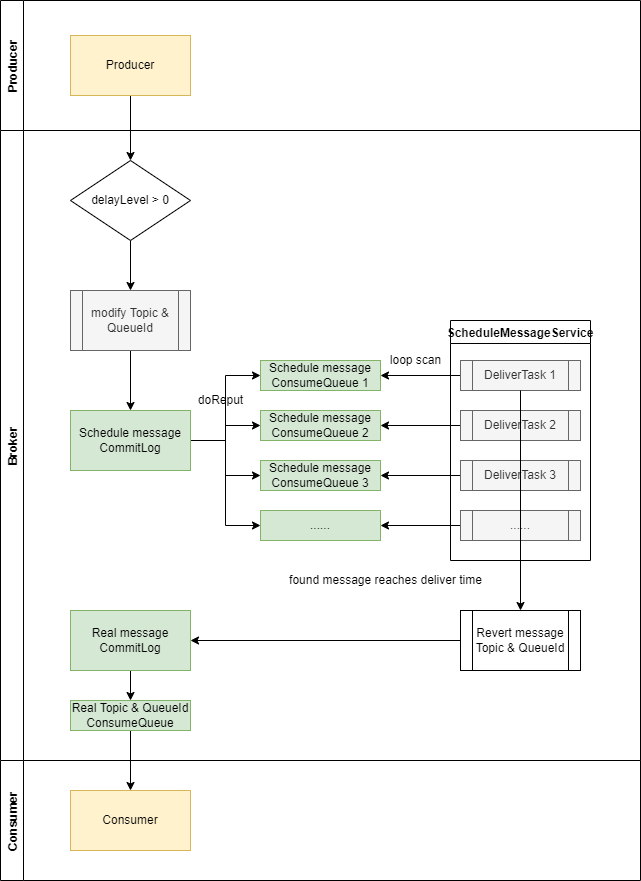
This is assets/schedule_message_activity.drawio.png from HScarb/knowledge, a draw.io export, as it was before one commit. Source tidied: cells renumbered, new cells last; positions are measured from the earlier drawing's top-left corner, leaving out a move shared by most shapes.
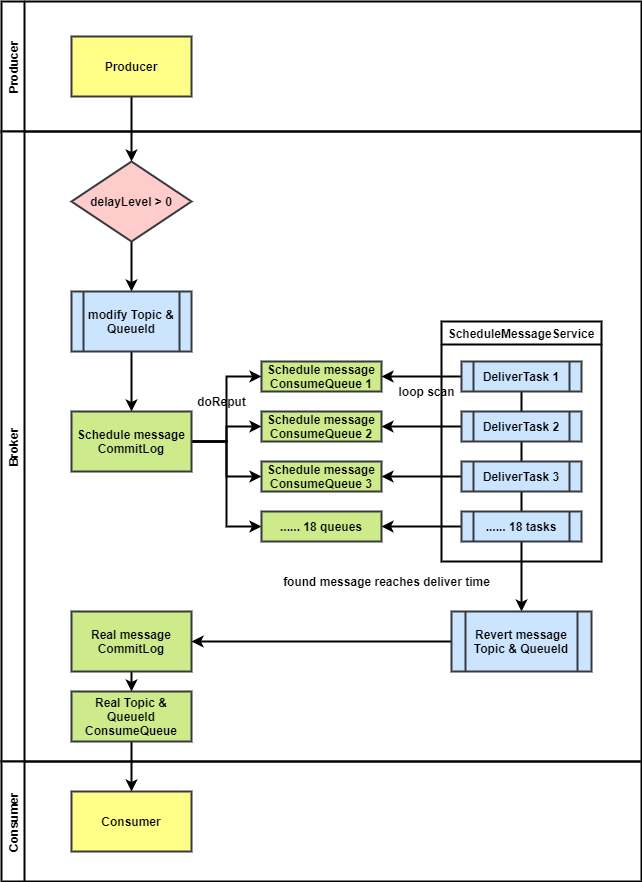
Above is the later version.

Change to the diagram source:
```diff
@@ -2,118 +2,118 @@
   <root>
     <mxCell id="0" />
     <mxCell id="1" parent="0" />
-    <mxCell id="2" style="edgeStyle=orthogonalEdgeStyle;rounded=0;jettySize=auto;html=1;exitX=0.5;exitY=1;exitDx=0;exitDy=0;entryX=0.5;entryY=0;entryDx=0;entryDy=0;" parent="1" edge="1" source="3" target="5">
+    <mxCell id="2" style="edgeStyle=orthogonalEdgeStyle;rounded=0;jettySize=auto;html=1;exitX=0.5;exitY=1;exitDx=0;exitDy=0;entryX=0.5;entryY=0;entryDx=0;entryDy=0;fontStyle=1;strokeWidth=2;" parent="1" edge="1" source="3" target="5">
       <mxGeometry relative="1" as="geometry" />
     </mxCell>
-    <mxCell id="3" value="delayLevel &amp;gt; 0" style="rhombus;whiteSpace=wrap;html=1;" parent="1" vertex="1">
+    <mxCell id="3" value="delayLevel &amp;gt; 0" style="rhombus;whiteSpace=wrap;html=1;fontStyle=1;strokeWidth=2;fillColor=#ffcccc;strokeColor=#36393d;" parent="1" vertex="1">
       <mxGeometry x="70" y="160" width="120" height="80" as="geometry" />
     </mxCell>
-    <mxCell id="4" style="edgeStyle=orthogonalEdgeStyle;rounded=0;jettySize=auto;html=1;exitX=0.5;exitY=1;exitDx=0;exitDy=0;entryX=0.5;entryY=0;entryDx=0;entryDy=0;" parent="1" edge="1" source="5" target="12">
+    <mxCell id="4" style="edgeStyle=orthogonalEdgeStyle;rounded=0;jettySize=auto;html=1;exitX=0.5;exitY=1;exitDx=0;exitDy=0;entryX=0.5;entryY=0;entryDx=0;entryDy=0;fontStyle=1;strokeWidth=2;" parent="1" edge="1" source="5" target="12">
       <mxGeometry relative="1" as="geometry" />
     </mxCell>
-    <mxCell id="5" value="modify Topic &amp;amp; QueueId" style="shape=process;whiteSpace=wrap;html=1;backgroundOutline=1;fillColor=#f5f5f5;strokeColor=#666666;fontColor=#333333;" parent="1" vertex="1">
+    <mxCell id="5" value="modify Topic &amp;amp; QueueId" style="shape=process;whiteSpace=wrap;html=1;backgroundOutline=1;fillColor=#cce5ff;strokeColor=#36393d;fontStyle=1;strokeWidth=2;" parent="1" vertex="1">
       <mxGeometry x="70" y="290" width="120" height="60" as="geometry" />
     </mxCell>
-    <mxCell id="6" value="Consumer" style="rounded=0;whiteSpace=wrap;html=1;fillColor=#fff2cc;strokeColor=#d6b656;" parent="1" vertex="1">
+    <mxCell id="6" value="Consumer" style="rounded=0;whiteSpace=wrap;html=1;fillColor=#ffff88;strokeColor=#36393d;fontStyle=1;strokeWidth=2;" parent="1" vertex="1">
       <mxGeometry x="70" y="790" width="120" height="60" as="geometry" />
     </mxCell>
-    <mxCell id="7" style="edgeStyle=orthogonalEdgeStyle;rounded=0;jettySize=auto;html=1;entryX=0.5;entryY=0;entryDx=0;entryDy=0;" parent="1" edge="1" source="20" target="3">
+    <mxCell id="7" style="edgeStyle=orthogonalEdgeStyle;rounded=0;jettySize=auto;html=1;entryX=0.5;entryY=0;entryDx=0;entryDy=0;fontStyle=1;strokeWidth=2;" parent="1" edge="1" source="20" target="3">
       <mxGeometry relative="1" as="geometry" />
     </mxCell>
-    <mxCell id="8" style="edgeStyle=orthogonalEdgeStyle;rounded=0;jettySize=auto;html=1;exitX=1;exitY=0.5;exitDx=0;exitDy=0;entryX=0;entryY=0.5;entryDx=0;entryDy=0;" parent="1" edge="1" source="12" target="23">
+    <mxCell id="8" style="edgeStyle=orthogonalEdgeStyle;rounded=0;jettySize=auto;html=1;exitX=1;exitY=0.5;exitDx=0;exitDy=0;entryX=0;entryY=0.5;entryDx=0;entryDy=0;fontStyle=1;strokeWidth=2;" parent="1" edge="1" source="12" target="23">
       <mxGeometry relative="1" as="geometry" />
     </mxCell>
-    <mxCell id="9" style="edgeStyle=orthogonalEdgeStyle;rounded=0;jettySize=auto;html=1;exitX=1;exitY=0.5;exitDx=0;exitDy=0;entryX=0;entryY=0.5;entryDx=0;entryDy=0;" parent="1" edge="1" source="12" target="24">
+    <mxCell id="9" style="edgeStyle=orthogonalEdgeStyle;rounded=0;jettySize=auto;html=1;exitX=1;exitY=0.5;exitDx=0;exitDy=0;entryX=0;entryY=0.5;entryDx=0;entryDy=0;fontStyle=1;strokeWidth=2;" parent="1" edge="1" source="12" target="24">
       <mxGeometry relative="1" as="geometry" />
     </mxCell>
-    <mxCell id="10" style="edgeStyle=orthogonalEdgeStyle;rounded=0;jettySize=auto;html=1;exitX=1;exitY=0.5;exitDx=0;exitDy=0;entryX=0;entryY=0.5;entryDx=0;entryDy=0;" parent="1" edge="1" source="12" target="25">
+    <mxCell id="10" style="edgeStyle=orthogonalEdgeStyle;rounded=0;jettySize=auto;html=1;exitX=1;exitY=0.5;exitDx=0;exitDy=0;entryX=0;entryY=0.5;entryDx=0;entryDy=0;fontStyle=1;strokeWidth=2;" parent="1" edge="1" source="12" target="25">
       <mxGeometry relative="1" as="geometry" />
     </mxCell>
-    <mxCell id="11" style="edgeStyle=orthogonalEdgeStyle;rounded=0;jettySize=auto;html=1;exitX=1;exitY=0.5;exitDx=0;exitDy=0;entryX=0;entryY=0.5;entryDx=0;entryDy=0;" parent="1" edge="1" source="12" target="32">
+    <mxCell id="11" style="edgeStyle=orthogonalEdgeStyle;rounded=0;jettySize=auto;html=1;exitX=1;exitY=0.5;exitDx=0;exitDy=0;entryX=0;entryY=0.5;entryDx=0;entryDy=0;fontStyle=1;strokeWidth=2;" parent="1" edge="1" source="12" target="32">
       <mxGeometry relative="1" as="geometry" />
     </mxCell>
-    <mxCell id="12" value="Schedule message&lt;br&gt;CommitLog" style="rounded=0;whiteSpace=wrap;html=1;fillColor=#d5e8d4;strokeColor=#82b366;" parent="1" vertex="1">
+    <mxCell id="12" value="Schedule message&lt;br&gt;CommitLog" style="rounded=0;whiteSpace=wrap;html=1;fillColor=#cdeb8b;strokeColor=#36393d;fontStyle=1;strokeWidth=2;" parent="1" vertex="1">
       <mxGeometry x="70" y="410" width="120" height="60" as="geometry" />
     </mxCell>
-    <mxCell id="13" style="edgeStyle=orthogonalEdgeStyle;rounded=0;jettySize=auto;html=1;exitX=0.5;exitY=1;exitDx=0;exitDy=0;entryX=0.5;entryY=0;entryDx=0;entryDy=0;fontColor=#000000;" parent="1" edge="1" source="14" target="18">
+    <mxCell id="13" style="edgeStyle=orthogonalEdgeStyle;rounded=0;jettySize=auto;html=1;exitX=0.5;exitY=1;exitDx=0;exitDy=0;entryX=0.5;entryY=0;entryDx=0;entryDy=0;fontColor=#000000;fontStyle=1;strokeWidth=2;" parent="1" edge="1" source="14" target="18">
       <mxGeometry relative="1" as="geometry" />
     </mxCell>
-    <mxCell id="14" value="Real message&lt;br&gt;CommitLog" style="rounded=0;whiteSpace=wrap;html=1;fillColor=#d5e8d4;strokeColor=#82b366;" parent="1" vertex="1">
+    <mxCell id="14" value="Real message&lt;br&gt;CommitLog" style="rounded=0;whiteSpace=wrap;html=1;fillColor=#cdeb8b;strokeColor=#36393d;fontStyle=1;strokeWidth=2;" parent="1" vertex="1">
       <mxGeometry x="70" y="610" width="120" height="60" as="geometry" />
     </mxCell>
-    <mxCell id="15" style="edgeStyle=orthogonalEdgeStyle;rounded=0;jettySize=auto;html=1;exitX=0;exitY=0.5;exitDx=0;exitDy=0;entryX=1;entryY=0.5;entryDx=0;entryDy=0;" parent="1" edge="1" source="37" target="14">
+    <mxCell id="15" style="edgeStyle=orthogonalEdgeStyle;rounded=0;jettySize=auto;html=1;exitX=0;exitY=0.5;exitDx=0;exitDy=0;entryX=1;entryY=0.5;entryDx=0;entryDy=0;fontStyle=1;strokeWidth=2;" parent="1" edge="1" source="37" target="14">
       <mxGeometry relative="1" as="geometry" />
     </mxCell>
-    <mxCell id="16" value="found message reaches deliver time" style="text;html=1;align=center;verticalAlign=middle;strokeColor=none;fillColor=none;" parent="1" vertex="1">
-      <mxGeometry x="280" y="570" width="210" height="20" as="geometry" />
+    <mxCell id="16" value="found message reaches deliver time" style="text;html=1;align=center;verticalAlign=middle;strokeColor=none;fillColor=none;fontStyle=1;strokeWidth=2;" parent="1" vertex="1">
+      <mxGeometry x="275" y="570" width="220" height="20" as="geometry" />
     </mxCell>
-    <mxCell id="17" style="edgeStyle=orthogonalEdgeStyle;rounded=0;jettySize=auto;html=1;exitX=0.5;exitY=1;exitDx=0;exitDy=0;entryX=0.5;entryY=0;entryDx=0;entryDy=0;fontColor=#000000;" parent="1" edge="1" source="18" target="6">
+    <mxCell id="17" style="edgeStyle=orthogonalEdgeStyle;rounded=0;jettySize=auto;html=1;exitX=0.5;exitY=1;exitDx=0;exitDy=0;entryX=0.5;entryY=0;entryDx=0;entryDy=0;fontColor=#000000;fontStyle=1;strokeWidth=2;" parent="1" edge="1" source="18" target="6">
       <mxGeometry relative="1" as="geometry" />
     </mxCell>
-    <mxCell id="18" value="Real Topic &amp;amp; QueueId&lt;br&gt;ConsumeQueue" style="rounded=0;whiteSpace=wrap;html=1;fillColor=#d5e8d4;strokeColor=#82b366;" parent="1" vertex="1">
-      <mxGeometry x="70" y="700" width="120" height="30" as="geometry" />
-    </mxCell>
-    <mxCell id="19" value="Producer" style="swimlane;horizontal=0;fontColor=#000000;" parent="1" vertex="1">
+    <mxCell id="19" value="Producer" style="swimlane;horizontal=0;fontColor=#000000;fontStyle=1;strokeWidth=2;" parent="1" vertex="1">
       <mxGeometry width="640" height="130" as="geometry" />
     </mxCell>
-    <mxCell id="20" value="Producer" style="rounded=0;whiteSpace=wrap;html=1;fillColor=#fff2cc;strokeColor=#d6b656;" parent="19" vertex="1">
+    <mxCell id="20" value="Producer" style="rounded=0;whiteSpace=wrap;html=1;fillColor=#ffff88;strokeColor=#36393d;fontStyle=1;strokeWidth=2;" parent="19" vertex="1">
       <mxGeometry x="70" y="35" width="120" height="60" as="geometry" />
     </mxCell>
-    <mxCell id="21" value="Broker" style="swimlane;horizontal=0;fontColor=#000000;" parent="1" vertex="1">
+    <mxCell id="21" value="Broker" style="swimlane;horizontal=0;fontColor=#000000;fontStyle=1;strokeWidth=2;" parent="1" vertex="1">
       <mxGeometry y="130" width="640" height="630" as="geometry" />
     </mxCell>
-    <mxCell id="22" value="doReput" style="text;html=1;align=center;verticalAlign=middle;strokeColor=none;fillColor=none;fontColor=#000000;" parent="21" vertex="1">
+    <mxCell id="22" value="doReput" style="text;html=1;align=center;verticalAlign=middle;strokeColor=none;fillColor=none;fontColor=#000000;fontStyle=1;strokeWidth=2;" parent="21" vertex="1">
       <mxGeometry x="190" y="260" width="60" height="20" as="geometry" />
     </mxCell>
-    <mxCell id="23" value="Schedule message&lt;br&gt;ConsumeQueue 1" style="rounded=0;whiteSpace=wrap;html=1;fillColor=#d5e8d4;strokeColor=#82b366;" parent="21" vertex="1">
+    <mxCell id="23" value="Schedule message&lt;br&gt;ConsumeQueue 1" style="rounded=0;whiteSpace=wrap;html=1;fillColor=#cdeb8b;strokeColor=#36393d;fontStyle=1;strokeWidth=2;" parent="21" vertex="1">
       <mxGeometry x="260" y="230" width="120" height="30" as="geometry" />
     </mxCell>
-    <mxCell id="24" value="Schedule message&lt;br&gt;ConsumeQueue 2" style="rounded=0;whiteSpace=wrap;html=1;fillColor=#d5e8d4;strokeColor=#82b366;" parent="21" vertex="1">
+    <mxCell id="24" value="Schedule message&lt;br&gt;ConsumeQueue 2" style="rounded=0;whiteSpace=wrap;html=1;fillColor=#cdeb8b;strokeColor=#36393d;fontStyle=1;strokeWidth=2;" parent="21" vertex="1">
       <mxGeometry x="260" y="280" width="120" height="30" as="geometry" />
     </mxCell>
-    <mxCell id="25" value="Schedule message&lt;br&gt;ConsumeQueue 3" style="rounded=0;whiteSpace=wrap;html=1;fillColor=#d5e8d4;strokeColor=#82b366;" parent="21" vertex="1">
+    <mxCell id="25" value="Schedule message&lt;br&gt;ConsumeQueue 3" style="rounded=0;whiteSpace=wrap;html=1;fillColor=#cdeb8b;strokeColor=#36393d;fontStyle=1;strokeWidth=2;" parent="21" vertex="1">
       <mxGeometry x="260" y="330" width="120" height="30" as="geometry" />
     </mxCell>
-    <mxCell id="26" style="edgeStyle=orthogonalEdgeStyle;rounded=0;jettySize=auto;html=1;exitX=0;exitY=0.5;exitDx=0;exitDy=0;entryX=1;entryY=0.5;entryDx=0;entryDy=0;" parent="21" edge="1" source="27" target="23">
+    <mxCell id="26" style="edgeStyle=orthogonalEdgeStyle;rounded=0;jettySize=auto;html=1;exitX=0;exitY=0.5;exitDx=0;exitDy=0;entryX=1;entryY=0.5;entryDx=0;entryDy=0;fontStyle=1;strokeWidth=2;" parent="21" edge="1" source="27" target="23">
       <mxGeometry relative="1" as="geometry" />
     </mxCell>
+    <mxCell id="38" style="edgeStyle=orthogonalEdgeStyle;html=1;strokeWidth=2;" parent="21" edge="1" source="27" target="37">
+      <mxGeometry relative="1" as="geometry" />
+    </mxCell>
-    <mxCell id="27" value="DeliverTask 1" style="shape=process;whiteSpace=wrap;html=1;backgroundOutline=1;fillColor=#f5f5f5;fontColor=#333333;strokeColor=#666666;" parent="21" vertex="1">
+    <mxCell id="27" value="DeliverTask 1" style="shape=process;whiteSpace=wrap;html=1;backgroundOutline=1;fillColor=#cce5ff;strokeColor=#36393d;fontStyle=1;strokeWidth=2;" parent="21" vertex="1">
       <mxGeometry x="460" y="230" width="120" height="30" as="geometry" />
     </mxCell>
-    <mxCell id="28" style="edgeStyle=orthogonalEdgeStyle;rounded=0;jettySize=auto;html=1;exitX=0;exitY=0.5;exitDx=0;exitDy=0;entryX=1;entryY=0.5;entryDx=0;entryDy=0;" parent="21" edge="1" source="29" target="24">
+    <mxCell id="28" style="edgeStyle=orthogonalEdgeStyle;rounded=0;jettySize=auto;html=1;exitX=0;exitY=0.5;exitDx=0;exitDy=0;entryX=1;entryY=0.5;entryDx=0;entryDy=0;fontStyle=1;strokeWidth=2;" parent="21" edge="1" source="29" target="24">
       <mxGeometry relative="1" as="geometry" />
     </mxCell>
-    <mxCell id="29" value="DeliverTask 2" style="shape=process;whiteSpace=wrap;html=1;backgroundOutline=1;fillColor=#f5f5f5;fontColor=#333333;strokeColor=#666666;" parent="21" vertex="1">
+    <mxCell id="29" value="DeliverTask 2" style="shape=process;whiteSpace=wrap;html=1;backgroundOutline=1;fillColor=#cce5ff;strokeColor=#36393d;fontStyle=1;strokeWidth=2;" parent="21" vertex="1">
       <mxGeometry x="460" y="280" width="120" height="30" as="geometry" />
     </mxCell>
-    <mxCell id="30" style="edgeStyle=orthogonalEdgeStyle;rounded=0;jettySize=auto;html=1;exitX=0;exitY=0.5;exitDx=0;exitDy=0;" parent="21" edge="1" source="31" target="25">
+    <mxCell id="30" style="edgeStyle=orthogonalEdgeStyle;rounded=0;jettySize=auto;html=1;exitX=0;exitY=0.5;exitDx=0;exitDy=0;fontStyle=1;strokeWidth=2;" parent="21" edge="1" source="31" target="25">
       <mxGeometry relative="1" as="geometry" />
     </mxCell>
-    <mxCell id="31" value="DeliverTask 3" style="shape=process;whiteSpace=wrap;html=1;backgroundOutline=1;fillColor=#f5f5f5;fontColor=#333333;strokeColor=#666666;" parent="21" vertex="1">
+    <mxCell id="31" value="DeliverTask 3" style="shape=process;whiteSpace=wrap;html=1;backgroundOutline=1;fillColor=#cce5ff;strokeColor=#36393d;fontStyle=1;strokeWidth=2;" parent="21" vertex="1">
       <mxGeometry x="460" y="330" width="120" height="30" as="geometry" />
     </mxCell>
-    <mxCell id="32" value="......" style="rounded=0;whiteSpace=wrap;html=1;fillColor=#d5e8d4;strokeColor=#82b366;" parent="21" vertex="1">
+    <mxCell id="32" value="...... 18 queues" style="rounded=0;whiteSpace=wrap;html=1;fillColor=#cdeb8b;strokeColor=#36393d;fontStyle=1;strokeWidth=2;" parent="21" vertex="1">
       <mxGeometry x="260" y="380" width="120" height="30" as="geometry" />
     </mxCell>
-    <mxCell id="33" style="edgeStyle=orthogonalEdgeStyle;rounded=0;jettySize=auto;html=1;exitX=0;exitY=0.5;exitDx=0;exitDy=0;entryX=1;entryY=0.5;entryDx=0;entryDy=0;" parent="21" edge="1" source="34" target="32">
+    <mxCell id="33" style="edgeStyle=orthogonalEdgeStyle;rounded=0;jettySize=auto;html=1;exitX=0;exitY=0.5;exitDx=0;exitDy=0;entryX=1;entryY=0.5;entryDx=0;entryDy=0;fontStyle=1;strokeWidth=2;" parent="21" edge="1" source="34" target="32">
       <mxGeometry relative="1" as="geometry" />
     </mxCell>
-    <mxCell id="34" value="......" style="shape=process;whiteSpace=wrap;html=1;backgroundOutline=1;fillColor=#f5f5f5;fontColor=#333333;strokeColor=#666666;" parent="21" vertex="1">
+    <mxCell id="34" value="...... 18 tasks" style="shape=process;whiteSpace=wrap;html=1;backgroundOutline=1;fillColor=#cce5ff;strokeColor=#36393d;fontStyle=1;strokeWidth=2;" parent="21" vertex="1">
       <mxGeometry x="460" y="380" width="120" height="30" as="geometry" />
     </mxCell>
+    <mxCell id="36" value="ScheduleMessageService" style="swimlane;fontStyle=1;strokeWidth=2;" parent="21" vertex="1">
+      <mxGeometry x="440" y="190" width="160" height="240" as="geometry" />
+    </mxCell>
-    <mxCell id="35" value="loop scan" style="text;html=1;align=center;verticalAlign=middle;strokeColor=none;fillColor=none;" parent="21" vertex="1">
-      <mxGeometry x="380" y="220" width="70" height="20" as="geometry" />
+    <mxCell id="35" value="loop scan" style="text;html=1;align=center;verticalAlign=middle;strokeColor=none;fillColor=none;fontStyle=1;strokeWidth=2;" parent="36" vertex="1">
+      <mxGeometry x="-50" y="60" width="70" height="20" as="geometry" />
     </mxCell>
-    <mxCell id="36" value="ScheduleMessageService" style="swimlane;" parent="21" vertex="1">
-      <mxGeometry x="450" y="190" width="140" height="240" as="geometry" />
-    </mxCell>
-    <mxCell id="37" value="Revert message Topic &amp;amp; QueueId" style="shape=process;whiteSpace=wrap;html=1;backgroundOutline=1;" parent="21" vertex="1">
-      <mxGeometry x="460" y="480" width="120" height="60" as="geometry" />
+    <mxCell id="37" value="Revert message Topic &amp;amp; QueueId" style="shape=process;whiteSpace=wrap;html=1;backgroundOutline=1;fontStyle=1;strokeWidth=2;fillColor=#cce5ff;strokeColor=#36393d;" parent="21" vertex="1">
+      <mxGeometry x="450" y="480" width="140" height="60" as="geometry" />
     </mxCell>
-    <mxCell id="38" style="edgeStyle=orthogonalEdgeStyle;rounded=0;jettySize=auto;html=1;exitX=0.5;exitY=1;exitDx=0;exitDy=0;entryX=0.5;entryY=0;entryDx=0;entryDy=0;" parent="21" edge="1" source="27" target="37">
-      <mxGeometry relative="1" as="geometry" />
-    </mxCell>
+    <mxCell id="18" value="Real Topic &amp;amp; QueueId&lt;br&gt;ConsumeQueue" style="rounded=0;whiteSpace=wrap;html=1;fillColor=#cdeb8b;strokeColor=#36393d;fontStyle=1;strokeWidth=2;" parent="21" vertex="1">
+      <mxGeometry x="70" y="560" width="120" height="50" as="geometry" />
+    </mxCell>
-    <mxCell id="39" value="Consumer" style="swimlane;horizontal=0;fontColor=#000000;" parent="1" vertex="1">
+    <mxCell id="39" value="Consumer" style="swimlane;horizontal=0;fontColor=#000000;fontStyle=1;strokeWidth=2;" parent="1" vertex="1">
       <mxGeometry y="760" width="640" height="120" as="geometry" />
     </mxCell>
   </root>
```
